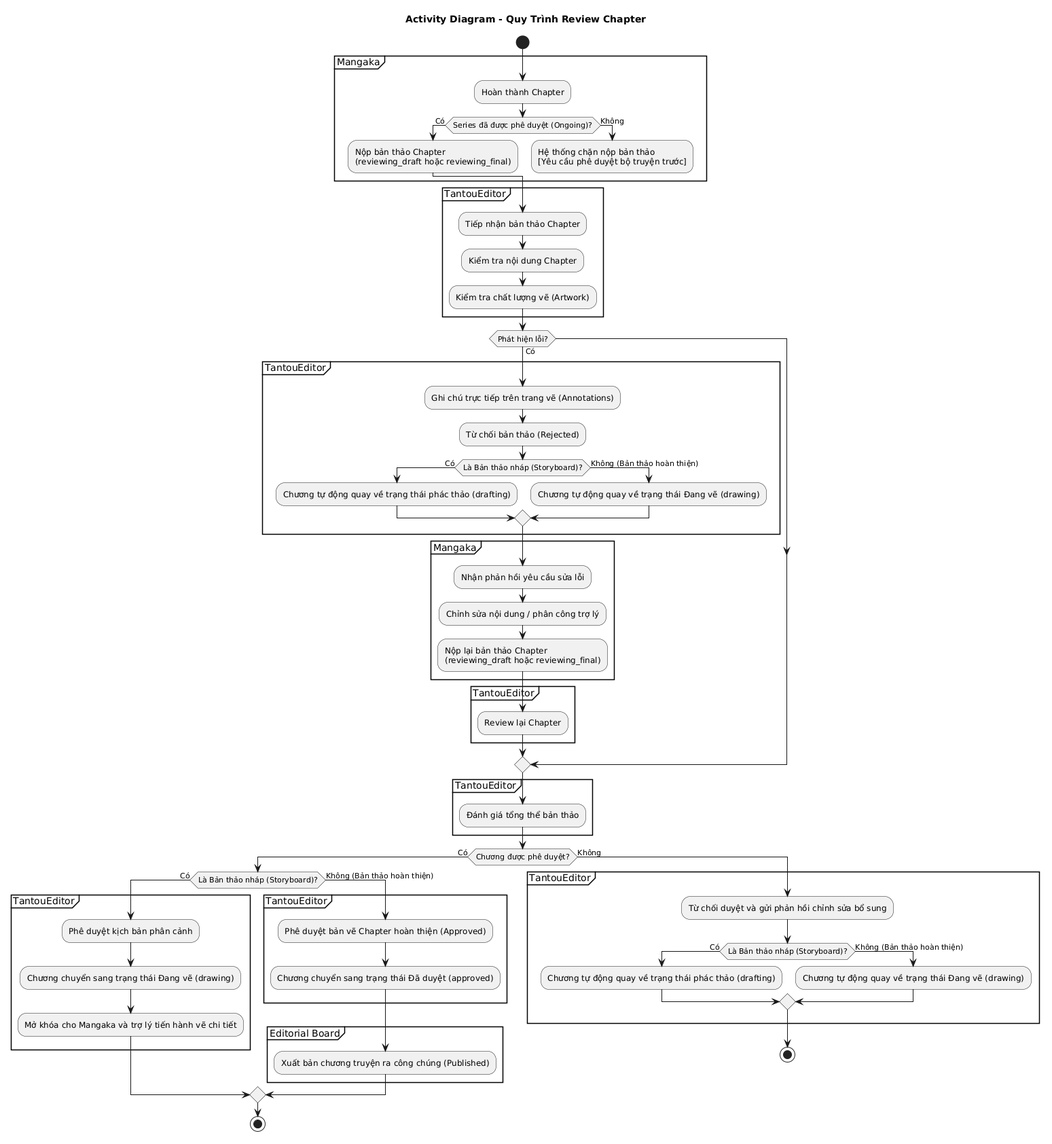
The PlantUML diagram assets/diagrams/Chapter3_IMAGE/Activity_Diagram_quy_trinh_Review_Chapter.png in trongtan0079/manga-workflow-report, before a commit.
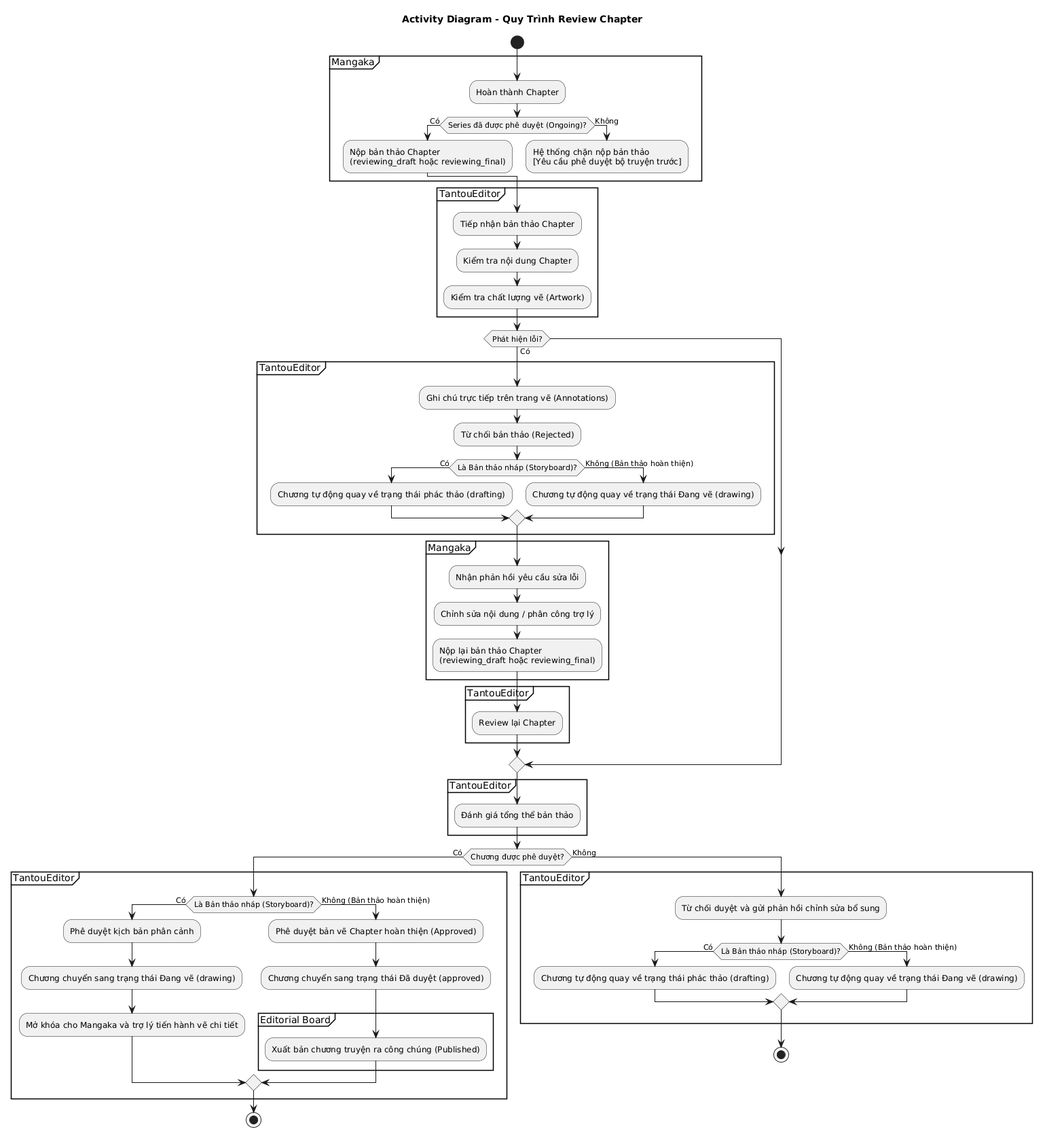
After the change.

Change to the diagram source:
```diff
@@ -49,21 +49,19 @@
 }
 
 if (Chương được phê duyệt?) then (Có)
-  if (Là Bản thảo nháp (Storyboard)?) then (Có)
-    partition TantouEditor {
+  partition TantouEditor {
+    if (Là Bản thảo nháp (Storyboard)?) then (Có)
       :Phê duyệt kịch bản phân cảnh;
       :Chương chuyển sang trạng thái Đang vẽ (drawing);
       :Mở khóa cho Mangaka và trợ lý tiến hành vẽ chi tiết;
-    }
-  else (Không (Bản thảo hoàn thiện))
-    partition TantouEditor {
+    else (Không (Bản thảo hoàn thiện))
       :Phê duyệt bản vẽ Chapter hoàn thiện (Approved);
       :Chương chuyển sang trạng thái Đã duyệt (approved);
-    }
-    partition "Editorial Board" {
-      :Xuất bản chương truyện ra công chúng (Published);
-    }
-  endif
+      partition "Editorial Board" {
+        :Xuất bản chương truyện ra công chúng (Published);
+      }
+    endif
+  }
   stop
 else (Không)
   partition TantouEditor {
```
